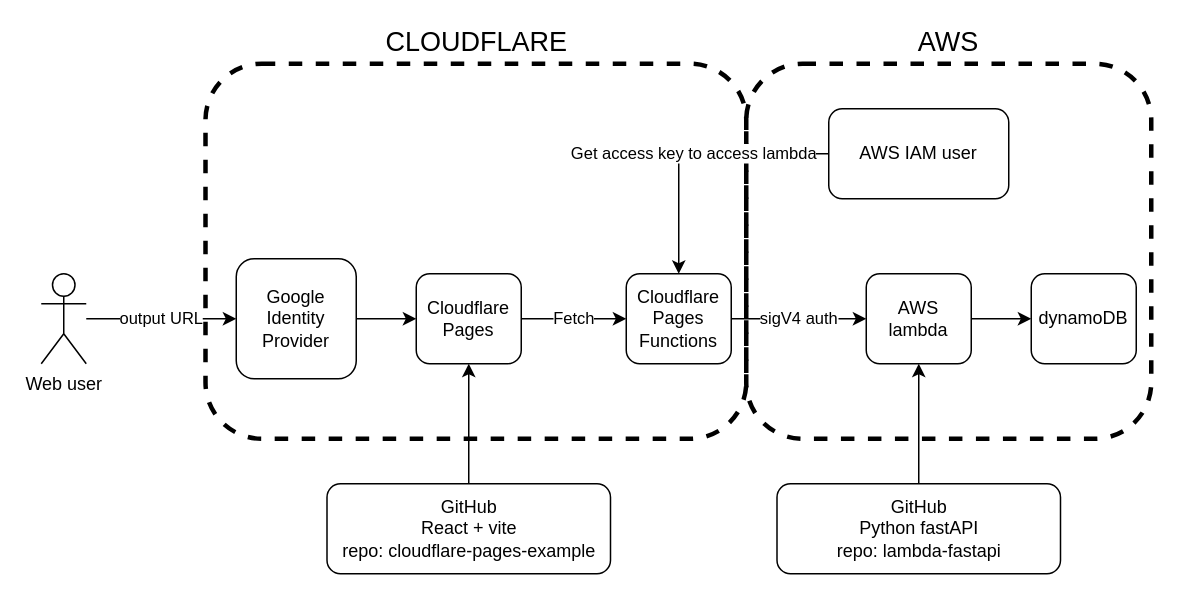
This is profile/diagram.drawio from free-website-framework/.github, a draw.io file, before an edit. Source tidied: cells renumbered, new cells numbered last; positions are measured from the earlier drawing's top-left corner, leaving out a move shared by most shapes. Both pictures are drawn from the tidied source at 150%, with x=0, y=0 at pixel (40, 63).
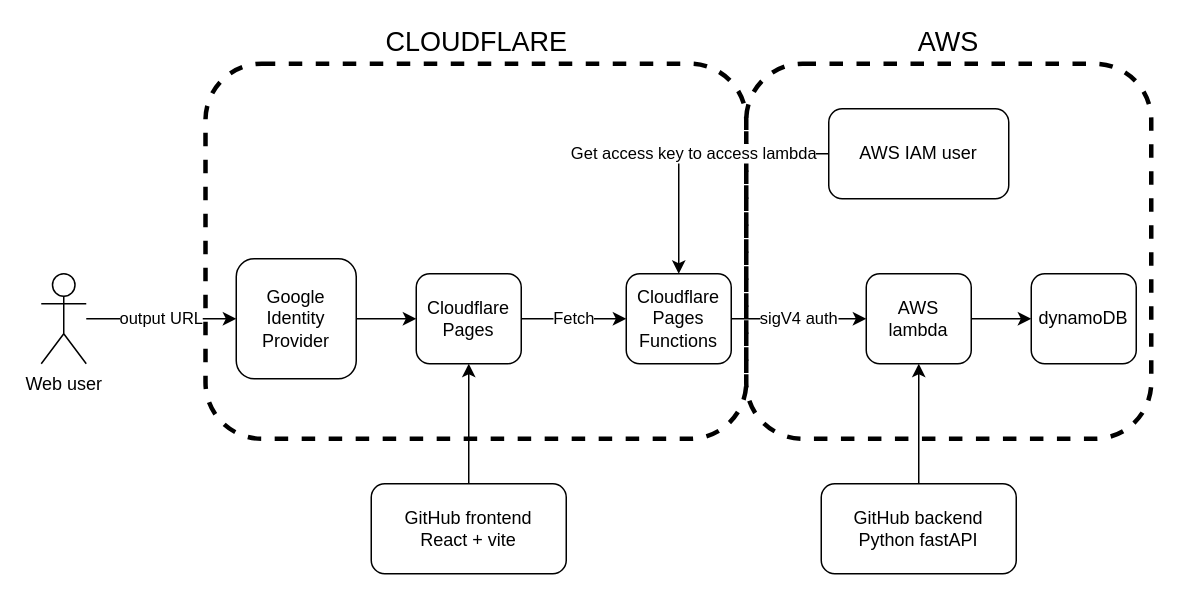
The same diagram, later.

The edit, as a diff of the source:
```diff
@@
-    <mxCell id="9" value="GitHub&lt;div&gt;React + vite&lt;/div&gt;&lt;div&gt;repo: cloudflare-pages-example&lt;/div&gt;" style="rounded=1;whiteSpace=wrap;html=1;" parent="1" vertex="1">
-      <mxGeometry x="190.5" y="280" width="189" height="60" as="geometry" />
+    <mxCell id="9" value="GitHub frontend&lt;div&gt;React + vite&lt;/div&gt;" style="rounded=1;whiteSpace=wrap;html=1;" parent="1" vertex="1">
+      <mxGeometry x="220" y="280" width="130" height="60" as="geometry" />
     </mxCell>
@@
-    <mxCell id="16" value="GitHub&lt;div&gt;Python fastAPI&lt;/div&gt;&lt;div&gt;repo: lambda-fastapi&lt;/div&gt;" style="rounded=1;whiteSpace=wrap;html=1;" parent="1" vertex="1">
-      <mxGeometry x="490.5" y="280" width="189" height="60" as="geometry" />
+    <mxCell id="16" value="GitHub backend&lt;div&gt;Python fastAPI&lt;/div&gt;" style="rounded=1;whiteSpace=wrap;html=1;" parent="1" vertex="1">
+      <mxGeometry x="520" y="280" width="130" height="60" as="geometry" />
     </mxCell>
```
